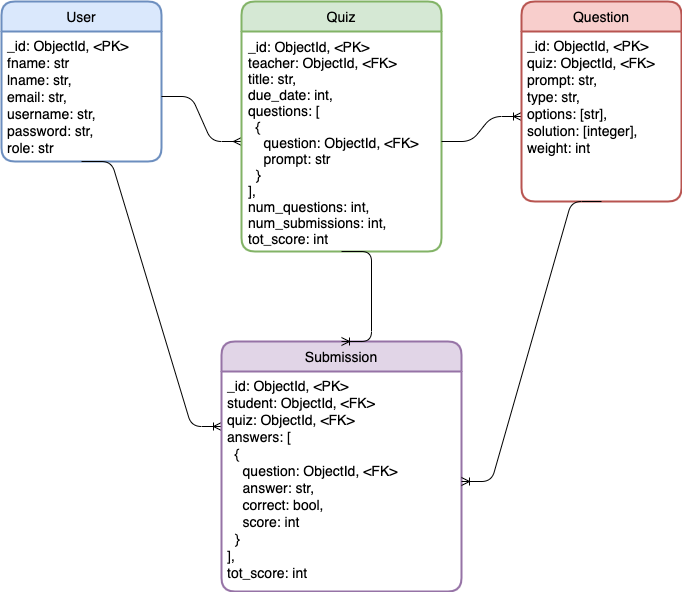
Earlier version of the draw.io export Quiz-App.png (thisisharrison/quiz-app). Source tidied: cells renumbered, new cells last; positions are measured from the earlier drawing's top-left corner, leaving out a move shared by most shapes.
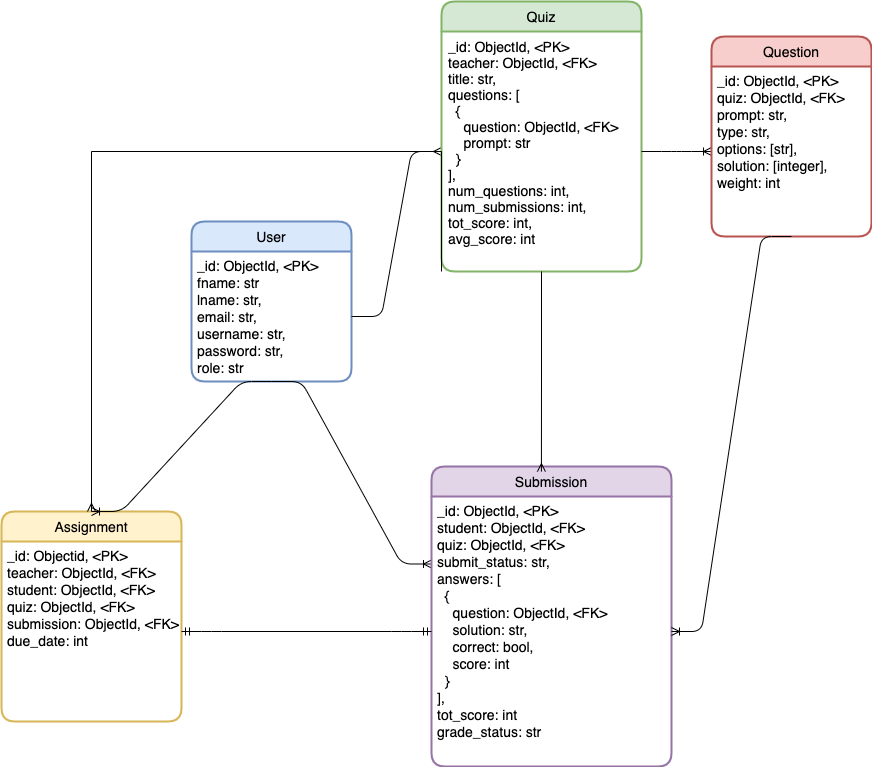
The same diagram one commit later.

The edit, as a diff of the source:
```diff
@@ -2,44 +2,64 @@
   <root>
     <mxCell id="0" />
     <mxCell id="1" parent="0" />
-    <mxCell id="2" value="User" style="swimlane;horizontal=1;startSize=30;rounded=1;fontSize=14;fontStyle=0;strokeWidth=2;shadow=0;dashed=0;align=center;fillColor=#dae8fc;strokeColor=#6c8ebf;" parent="1" vertex="1">
-      <mxGeometry width="160" height="160" as="geometry" />
+    <mxCell id="2" value="User" style="swimlane;horizontal=1;startSize=30;rounded=1;fontSize=14;fontStyle=0;strokeWidth=2;shadow=0;dashed=0;align=center;fillColor=#dae8fc;strokeColor=#6c8ebf;spacingBottom=0;" parent="1" vertex="1">
+      <mxGeometry x="250" y="180" width="160" height="160" as="geometry" />
     </mxCell>
-    <mxCell id="3" value="_id: ObjectId, &lt;PK&gt;&#10;fname: str&#10;lname: str,&#10;email: str,&#10;username: str,&#10;password: str,&#10;role: str" style="align=left;strokeColor=none;fillColor=none;spacingLeft=4;fontSize=14;verticalAlign=top;spacingBottom=1;" parent="2" vertex="1">
+    <mxCell id="3" value="_id: ObjectId, &lt;PK&gt;&#10;fname: str&#10;lname: str,&#10;email: str,&#10;username: str,&#10;password: str,&#10;role: str" style="align=left;strokeColor=none;fillColor=none;spacingLeft=4;fontSize=14;verticalAlign=top;spacingBottom=0;" parent="2" vertex="1">
       <mxGeometry y="30" width="160" height="130" as="geometry" />
     </mxCell>
-    <mxCell id="4" style="edgeStyle=entityRelationEdgeStyle;fontSize=14;html=1;endArrow=ERmany;exitX=1;exitY=0.5;exitDx=0;exitDy=0;entryX=0;entryY=0.5;entryDx=0;entryDy=0;" parent="1" edge="1" source="3" target="6">
+    <mxCell id="4" style="edgeStyle=entityRelationEdgeStyle;fontSize=14;html=1;endArrow=ERmany;exitX=1;exitY=0.5;exitDx=0;exitDy=0;entryX=0;entryY=0.5;entryDx=0;entryDy=0;spacingBottom=0;" parent="1" edge="1" source="3" target="6">
       <mxGeometry relative="1" as="geometry" />
     </mxCell>
-    <mxCell id="5" value="Quiz" style="swimlane;horizontal=1;startSize=30;rounded=1;fontSize=14;fontStyle=0;strokeWidth=2;shadow=0;dashed=0;align=center;fillColor=#d5e8d4;strokeColor=#82b366;" parent="1" vertex="1">
-      <mxGeometry x="240" width="200" height="250" as="geometry" />
+    <mxCell id="5" value="Quiz" style="swimlane;horizontal=1;startSize=30;rounded=1;fontSize=14;fontStyle=0;strokeWidth=2;shadow=0;dashed=0;align=center;fillColor=#d5e8d4;strokeColor=#82b366;spacingBottom=0;" parent="1" vertex="1">
+      <mxGeometry x="500" y="-40" width="200" height="270" as="geometry" />
     </mxCell>
-    <mxCell id="6" value="_id: ObjectId, &amp;lt;PK&amp;gt;&amp;nbsp;&lt;br style=&quot;font-size: 14px&quot;&gt;teacher: ObjectId, &amp;lt;FK&amp;gt;&lt;br style=&quot;font-size: 14px&quot;&gt;title: str,&lt;br style=&quot;font-size: 14px&quot;&gt;due_date: int,&lt;br style=&quot;font-size: 14px&quot;&gt;questions: [&lt;br style=&quot;font-size: 14px&quot;&gt;&amp;nbsp; {&lt;br style=&quot;font-size: 14px&quot;&gt;&amp;nbsp; &amp;nbsp; question: ObjectId, &amp;lt;FK&amp;gt;&lt;br style=&quot;font-size: 14px&quot;&gt;&amp;nbsp; &amp;nbsp; prompt: str&lt;br style=&quot;font-size: 14px&quot;&gt;&amp;nbsp; }&lt;br style=&quot;font-size: 14px&quot;&gt;],&lt;br style=&quot;font-size: 14px&quot;&gt;num_questions: int,&lt;br&gt;num_submissions: int,&lt;br style=&quot;font-size: 14px&quot;&gt;tot_score: int" style="align=left;strokeColor=none;fillColor=none;spacingLeft=4;fontSize=14;verticalAlign=top;spacing=3;html=1;" parent="5" vertex="1">
-      <mxGeometry y="30" width="200" height="220" as="geometry" />
+    <mxCell id="6" value="_id: ObjectId, &amp;lt;PK&amp;gt;&amp;nbsp;&lt;br style=&quot;font-size: 14px&quot;&gt;teacher: ObjectId, &amp;lt;FK&amp;gt;&lt;br style=&quot;font-size: 14px&quot;&gt;title: str,&lt;br style=&quot;font-size: 14px&quot;&gt;questions: [&lt;br style=&quot;font-size: 14px&quot;&gt;&amp;nbsp; {&lt;br style=&quot;font-size: 14px&quot;&gt;&amp;nbsp; &amp;nbsp; question: ObjectId, &amp;lt;FK&amp;gt;&lt;br style=&quot;font-size: 14px&quot;&gt;&amp;nbsp; &amp;nbsp; prompt: str&lt;br style=&quot;font-size: 14px&quot;&gt;&amp;nbsp; }&lt;br style=&quot;font-size: 14px&quot;&gt;],&lt;br style=&quot;font-size: 14px&quot;&gt;num_questions: int,&lt;br style=&quot;font-size: 14px&quot;&gt;num_submissions: int,&lt;br style=&quot;font-size: 14px&quot;&gt;tot_score: int,&lt;br style=&quot;font-size: 14px&quot;&gt;avg_score: int" style="align=left;strokeColor=none;fillColor=none;spacingLeft=4;fontSize=14;verticalAlign=top;spacing=3;html=1;spacingBottom=0;" parent="5" vertex="1">
+      <mxGeometry y="30" width="200" height="240" as="geometry" />
     </mxCell>
-    <mxCell id="7" style="edgeStyle=entityRelationEdgeStyle;fontSize=14;html=1;endArrow=ERoneToMany;fontFamily=Helvetica;exitX=1;exitY=0.5;exitDx=0;exitDy=0;entryX=0;entryY=0.5;entryDx=0;entryDy=0;" parent="1" edge="1" source="6" target="9">
+    <mxCell id="7" style="edgeStyle=entityRelationEdgeStyle;fontSize=14;html=1;endArrow=ERoneToMany;fontFamily=Helvetica;exitX=1;exitY=0.5;exitDx=0;exitDy=0;entryX=0;entryY=0.5;entryDx=0;entryDy=0;spacingBottom=0;" parent="1" edge="1" source="6" target="9">
       <mxGeometry relative="1" as="geometry" />
     </mxCell>
-    <mxCell id="8" value="Question" style="swimlane;horizontal=1;startSize=30;rounded=1;fontSize=14;fontStyle=0;strokeWidth=2;shadow=0;dashed=0;align=center;fontFamily=Helvetica;fillColor=#f8cecc;strokeColor=#b85450;" parent="1" vertex="1">
-      <mxGeometry x="520" width="160" height="200" as="geometry" />
+    <mxCell id="8" value="Question" style="swimlane;horizontal=1;startSize=30;rounded=1;fontSize=14;fontStyle=0;strokeWidth=2;shadow=0;dashed=0;align=center;fontFamily=Helvetica;fillColor=#f8cecc;strokeColor=#b85450;spacingBottom=0;" parent="1" vertex="1">
+      <mxGeometry x="770" y="-5" width="160" height="200" as="geometry" />
     </mxCell>
-    <mxCell id="9" value="_id: ObjectId, &lt;PK&gt;&#10;quiz: ObjectId, &lt;FK&gt;&#10;prompt: str,&#10;type: str,&#10;options: [str],&#10;solution: [integer],&#10;weight: int" style="align=left;strokeColor=none;fillColor=none;spacingLeft=4;fontSize=14;verticalAlign=top;" parent="8" vertex="1">
+    <mxCell id="9" value="_id: ObjectId, &lt;PK&gt;&#10;quiz: ObjectId, &lt;FK&gt;&#10;prompt: str,&#10;type: str,&#10;options: [str],&#10;solution: [integer],&#10;weight: int" style="align=left;strokeColor=none;fillColor=none;spacingLeft=4;fontSize=14;verticalAlign=top;spacingBottom=0;" parent="8" vertex="1">
       <mxGeometry y="30" width="160" height="170" as="geometry" />
     </mxCell>
-    <mxCell id="10" style="edgeStyle=entityRelationEdgeStyle;fontSize=14;html=1;endArrow=ERoneToMany;fontFamily=Helvetica;exitX=0.5;exitY=1;exitDx=0;exitDy=0;entryX=0;entryY=0.25;entryDx=0;entryDy=0;" parent="1" edge="1" source="3" target="12">
+    <mxCell id="10" style="edgeStyle=entityRelationEdgeStyle;fontSize=14;html=1;endArrow=ERoneToMany;fontFamily=Helvetica;exitX=0.5;exitY=1;exitDx=0;exitDy=0;entryX=0;entryY=0.25;entryDx=0;entryDy=0;spacingBottom=0;" parent="1" edge="1" source="3" target="12">
       <mxGeometry relative="1" as="geometry" />
     </mxCell>
-    <mxCell id="11" value="Submission" style="swimlane;horizontal=1;startSize=30;rounded=1;fontSize=14;fontStyle=0;strokeWidth=2;shadow=0;dashed=0;align=center;fontFamily=Helvetica;fillColor=#e1d5e7;strokeColor=#9673a6;" parent="1" vertex="1">
-      <mxGeometry x="220" y="340" width="240" height="250" as="geometry" />
+    <mxCell id="11" value="Submission" style="swimlane;horizontal=1;startSize=30;rounded=1;fontSize=14;fontStyle=0;strokeWidth=2;shadow=0;dashed=0;align=center;fontFamily=Helvetica;fillColor=#e1d5e7;strokeColor=#9673a6;spacingBottom=0;" parent="1" vertex="1">
+      <mxGeometry x="490" y="425" width="240" height="300" as="geometry" />
     </mxCell>
-    <mxCell id="12" value="_id: ObjectId, &lt;PK&gt;&#10;student: ObjectId, &lt;FK&gt;&#10;quiz: ObjectId, &lt;FK&gt;&#10;answers: [&#10;  {&#10;    question: ObjectId, &lt;FK&gt;&#10;    answer: str,&#10;    correct: bool,&#10;    score: int&#10;  }&#10;],&#10;tot_score: int" style="align=left;strokeColor=none;fillColor=none;spacingLeft=4;fontSize=14;verticalAlign=top;" parent="11" vertex="1">
-      <mxGeometry y="30" width="240" height="220" as="geometry" />
+    <mxCell id="12" value="_id: ObjectId, &lt;PK&gt;&#10;student: ObjectId, &lt;FK&gt;&#10;quiz: ObjectId, &lt;FK&gt;&#10;submit_status: str,&#10;answers: [&#10;  {&#10;    question: ObjectId, &lt;FK&gt;&#10;    solution: str,&#10;    correct: bool,&#10;    score: int&#10;  }&#10;],&#10;tot_score: int&#10;grade_status: str" style="align=left;strokeColor=none;fillColor=none;spacingLeft=4;fontSize=14;verticalAlign=top;spacingBottom=0;" parent="11" vertex="1">
+      <mxGeometry y="30" width="240" height="270" as="geometry" />
     </mxCell>
-    <mxCell id="13" style="edgeStyle=entityRelationEdgeStyle;fontSize=12;html=1;endArrow=ERoneToMany;fontColor=#000000;exitX=0.5;exitY=1;exitDx=0;exitDy=0;" parent="1" edge="1" source="9" target="12">
+    <mxCell id="13" style="edgeStyle=entityRelationEdgeStyle;fontSize=14;html=1;endArrow=ERoneToMany;fontColor=#000000;exitX=0.5;exitY=1;exitDx=0;exitDy=0;spacingBottom=0;" parent="1" edge="1" source="9" target="12">
       <mxGeometry relative="1" as="geometry" />
     </mxCell>
+    <mxCell id="15" value="Assignment" style="swimlane;horizontal=1;startSize=30;rounded=1;fontSize=14;fontStyle=0;strokeWidth=2;shadow=0;dashed=0;align=center;fillColor=#fff2cc;strokeColor=#d6b656;spacingBottom=0;" parent="1" vertex="1">
+      <mxGeometry x="60" y="470" width="180" height="210" as="geometry" />
+    </mxCell>
+    <mxCell id="16" value="_id: Objectid, &lt;PK&gt;&#10;teacher: ObjectId, &lt;FK&gt;&#10;student: ObjectId, &lt;FK&gt;&#10;quiz: ObjectId, &lt;FK&gt;&#10;submission: ObjectId, &lt;FK&gt;&#10;due_date: int" style="align=left;strokeColor=none;fillColor=none;spacingLeft=4;fontSize=14;verticalAlign=top;spacingBottom=0;" parent="15" vertex="1">
+      <mxGeometry y="30" width="180" height="180" as="geometry" />
+    </mxCell>
+    <mxCell id="17" style="edgeStyle=entityRelationEdgeStyle;fontSize=12;html=1;endArrow=ERoneToMany;fontColor=#000000;entryX=0.5;entryY=0;entryDx=0;entryDy=0;exitX=0.5;exitY=1;exitDx=0;exitDy=0;" parent="1" edge="1" source="3" target="15">
+      <mxGeometry relative="1" as="geometry" />
+    </mxCell>
+    <mxCell id="18" style="edgeStyle=entityRelationEdgeStyle;fontSize=12;html=1;endArrow=ERmandOne;startArrow=ERmandOne;fontColor=#000000;exitX=1;exitY=0.5;exitDx=0;exitDy=0;entryX=0;entryY=0.5;entryDx=0;entryDy=0;" parent="1" edge="1" source="16" target="12">
+      <mxGeometry relative="1" as="geometry" />
+    </mxCell>
-    <mxCell id="14" style="edgeStyle=entityRelationEdgeStyle;fontSize=12;html=1;endArrow=ERoneToMany;fontColor=#000000;exitX=0.5;exitY=1;exitDx=0;exitDy=0;entryX=0.5;entryY=0;entryDx=0;entryDy=0;" parent="1" edge="1" source="6" target="11">
+    <mxCell id="14" style="edgeStyle=orthogonalEdgeStyle;rounded=0;jumpSize=6;jettySize=auto;html=1;exitX=0.5;exitY=1;exitDx=0;exitDy=0;entryX=0.458;entryY=0.017;entryDx=0;entryDy=0;entryPerimeter=0;fontSize=14;fontColor=#000000;endArrow=ERmany;endFill=0;" parent="1" edge="1" source="6" target="11">
       <mxGeometry relative="1" as="geometry" />
     </mxCell>
+    <mxCell id="19" style="edgeStyle=orthogonalEdgeStyle;rounded=0;jumpSize=6;jettySize=auto;html=1;exitX=0;exitY=1;exitDx=0;exitDy=0;fontSize=14;fontColor=#000000;endArrow=ERmany;endFill=0;entryX=0.5;entryY=0;entryDx=0;entryDy=0;" parent="1" edge="1" source="6" target="15">
+      <mxGeometry relative="1" as="geometry">
+        <Array as="points">
+          <mxPoint x="500" y="110" />
+          <mxPoint x="150" y="110" />
+        </Array>
+      </mxGeometry>
+    </mxCell>
   </root>
 </mxGraphModel>
```
